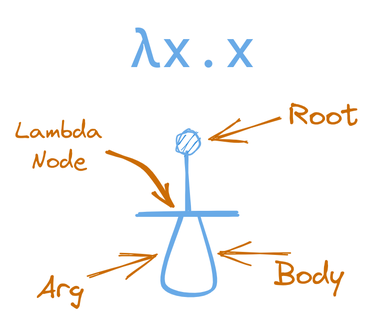
Earlier version of the Excalidraw export content/interaction-nets-combinators-calculus/lam-x-x.excalidraw.png (zicklag/blog). Source tidied: one line per element, renumbered; positions are measured from the earlier drawing's top-left corner, leaving out a move shared by most shapes.
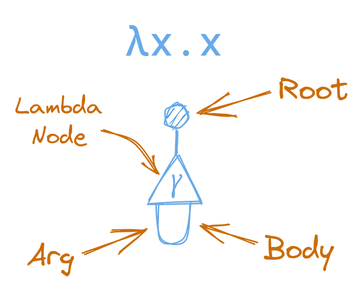
Above is the later version.

The edit, as a diff of the source:
```diff
@@ -1,13 +1,14 @@
-{"id": 0, "type": "line", "strokeColor": "#1864ab", "angle": 6.27, "strokeWidth": 2, "roughness": 1, "round": true, "x": 82, "y": 133, "width": 66, "height": 0, "points": [[0, 0], [66, 0]]}
-{"id": 1, "type": "line", "strokeColor": "#1864ab", "angle": 6.27, "strokeWidth": 2, "roughness": 1, "round": true, "x": 115, "y": 130, "width": 0, "height": 39, "points": [[0, 0], [0, -39]]}
-{"id": 2, "type": "line", "strokeColor": "#1864ab", "angle": 6.27, "strokeWidth": 2, "roughness": 1, "round": true, "x": 111, "y": 134, "width": 34, "height": 49, "points": [[0, 0], [-12, 46], [22, 48], [11, -1]]}
-{"id": 3, "type": "ellipse", "strokeColor": "#1864ab", "backgroundColor": "#228be6", "fillStyle": "hachure", "strokeWidth": 1, "roughness": 1, "round": true, "x": 107, "y": 77, "width": 15, "height": 15}
+{"id": 3, "type": "ellipse", "strokeColor": "#1864ab", "backgroundColor": "#228be6", "fillStyle": "hachure", "strokeWidth": 1, "roughness": 1, "round": true, "x": 106, "y": 77, "width": 15, "height": 15}
-{"id": 4, "type": "text", "text": "λx.x", "strokeColor": "#1864ab", "strokeWidth": 1, "roughness": 1, "fontSize": 36, "fontFamily": 3, "textAlign": "center", "x": 76, "y": 0, "width": 84, "height": 43}
+{"id": 4, "type": "text", "text": "λx.x", "strokeColor": "#1864ab", "strokeWidth": 1, "roughness": 1, "fontSize": 28, "fontFamily": 3, "textAlign": "center", "x": 80, "y": 17, "width": 66, "height": 34}
-{"id": 5, "type": "arrow", "strokeColor": "#e67700", "backgroundColor": "#228be6", "fillStyle": "cross-hatch", "strokeWidth": 1, "roughness": 1, "endArrowhead": "arrow", "round": true, "from": 6, "to": 3, "x": 176, "y": 69, "width": 44, "height": 13, "points": [[0, 0], [-44, 13]]}
+{"id": 5, "type": "arrow", "strokeColor": "#e67700", "backgroundColor": "#228be6", "fillStyle": "cross-hatch", "strokeWidth": 1, "roughness": 1, "endArrowhead": "arrow", "round": true, "from": 6, "to": 3, "x": 176, "y": 68, "width": 45, "height": 13, "points": [[0, 0], [-45, 13]]}
 {"id": 6, "type": "text", "text": "Root", "strokeColor": "#e67700", "backgroundColor": "#228be6", "fillStyle": "cross-hatch", "strokeWidth": 1, "roughness": 1, "fontSize": 20, "fontFamily": 1, "textAlign": "center", "x": 182, "y": 54, "width": 47, "height": 25}
-{"id": 7, "type": "text", "text": "Arg", "strokeColor": "#e67700", "backgroundColor": "#228be6", "fillStyle": "cross-hatch", "strokeWidth": 1, "roughness": 1, "fontSize": 20, "fontFamily": 1, "textAlign": "center", "x": 14, "y": 168, "width": 32, "height": 25}
+{"id": 7, "type": "text", "text": "Arg", "strokeColor": "#e67700", "backgroundColor": "#228be6", "fillStyle": "cross-hatch", "strokeWidth": 1, "roughness": 1, "fontSize": 20, "fontFamily": 1, "textAlign": "center", "x": 15, "y": 164, "width": 32, "height": 25}
 {"id": 8, "type": "text", "text": "Body", "strokeColor": "#e67700", "backgroundColor": "#228be6", "fillStyle": "cross-hatch", "strokeWidth": 1, "roughness": 1, "fontSize": 20, "fontFamily": 1, "textAlign": "center", "x": 173, "y": 160, "width": 46, "height": 25}
-{"id": 9, "type": "arrow", "strokeColor": "#e67700", "backgroundColor": "#228be6", "fillStyle": "cross-hatch", "strokeWidth": 1, "roughness": 1, "endArrowhead": "arrow", "round": true, "from": 7, "x": 50, "y": 174, "width": 45, "height": 15, "points": [[0, 0], [45, -15]]}
+{"id": 9, "type": "arrow", "strokeColor": "#e67700", "backgroundColor": "#228be6", "fillStyle": "cross-hatch", "strokeWidth": 1, "roughness": 1, "endArrowhead": "arrow", "round": true, "from": 7, "x": 53, "y": 176, "width": 42, "height": 17, "points": [[0, 0], [42, -17]]}
-{"id": 10, "type": "arrow", "strokeColor": "#e67700", "backgroundColor": "#228be6", "fillStyle": "cross-hatch", "strokeWidth": 1, "roughness": 1, "endArrowhead": "arrow", "round": true, "x": 182, "y": 160, "width": 45, "height": 2, "points": [[0, 0], [-45, -2]]}
+{"id": 10, "type": "arrow", "strokeColor": "#e67700", "backgroundColor": "#228be6", "fillStyle": "cross-hatch", "strokeWidth": 1, "roughness": 1, "endArrowhead": "arrow", "round": true, "from": 8, "x": 167, "y": 170, "width": 35, "height": 14, "points": [[0, 0], [-35, -14]]}
-{"id": 11, "type": "arrow", "strokeColor": "#e67700", "backgroundColor": "#228be6", "fillStyle": "cross-hatch", "strokeWidth": 2, "roughness": 1, "endArrowhead": "arrow", "round": true, "from": 12, "x": 62, "y": 90, "width": 42, "height": 37, "points": [[0, 0], [25, 12], [42, 37]]}
+{"id": 11, "type": "arrow", "strokeColor": "#e67700", "backgroundColor": "#228be6", "fillStyle": "cross-hatch", "strokeWidth": 1, "roughness": 1, "endArrowhead": "arrow", "round": true, "from": 12, "to": 14, "x": 65, "y": 93, "width": 36, "height": 29, "points": [[0, 0], [22, 9], [36, 29]]}
-{"id": 12, "type": "text", "text": "Lambda\nNode", "strokeColor": "#e67700", "backgroundColor": "#228be6", "fillStyle": "cross-hatch", "strokeWidth": 2, "roughness": 1, "fontSize": 16, "fontFamily": 1, "textAlign": "center", "x": 0, "y": 66, "width": 58, "height": 40}
+{"id": 12, "type": "text", "text": "Lambda\nNode", "strokeColor": "#e67700", "backgroundColor": "#228be6", "fillStyle": "cross-hatch", "strokeWidth": 1, "roughness": 1, "fontSize": 16, "fontFamily": 1, "textAlign": "center", "x": 7, "y": 67, "width": 58, "height": 40}
+{"id": 13, "type": "line", "strokeColor": "#1864ab", "angle": 6.29, "strokeWidth": 1, "roughness": 1, "x": 115, "y": 109, "width": 37, "height": 33, "points": [[0, 0], [-19, 33], [17, 33], [0, 0]]}
+{"id": 14, "type": "text", "text": "γ", "strokeColor": "#1864ab", "backgroundColor": "#ced4da", "fillStyle": "solid", "strokeWidth": 1, "roughness": 1, "fontSize": 16, "fontFamily": 1, "textAlign": "center", "x": 111, "y": 115, "width": 7, "height": 20}
+{"id": 15, "type": "arrow", "strokeColor": "#1864ab", "backgroundColor": "#ced4da", "fillStyle": "solid", "strokeWidth": 1, "roughness": 1, "round": true, "from": 3, "to": 14, "x": 114, "y": 94, "width": 0, "height": 16, "points": [[0, 0], [0, 16]]}
+{"id": 16, "type": "arrow", "strokeColor": "#1864ab", "backgroundColor": "#ced4da", "fillStyle": "solid", "strokeWidth": 1, "roughness": 1, "round": true, "from": 14, "to": 14, "x": 102, "y": 143, "width": 21, "height": 24, "points": [[0, 0], [2, 24], [19, 24], [21, 0]]}
```
